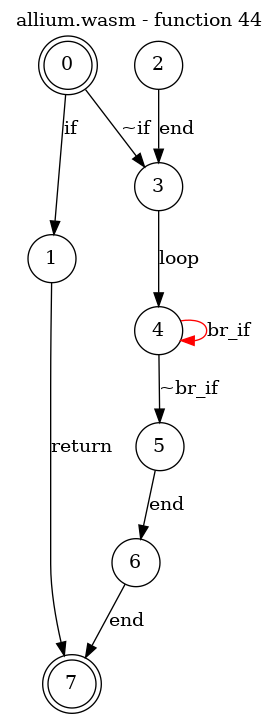
This is test_cases/allium/funcs/allium-func44.png from jsCarleton/wanalyze, a Graphviz export, as it was before one commit. Its source is kept beside it as test_cases/allium/funcs/allium-func44.dot. Source of this version:
```dot
digraph finite_state_machine {
    label = "allium.wasm - function 44"
    labelloc =  t
    labelfontsize = 16
    labelfontcolor = black
    labelfontname = "Helvetica"
    node [shape = doublecircle]; 0 7;
    node [shape = circle];
    0 -> 1[label = "if"];
    0 -> 3[label = "~if"];
    1 -> 7[label = "return"];
    2 -> 3[label = "end"];
    3 -> 4[label = "loop"];
    4 -> 5[label = "~br_if"];
    4 -> 4[color="red" label = "br_if"];
    5 -> 6[label = "end"];
    6 -> 7[label = "end"];
}
```
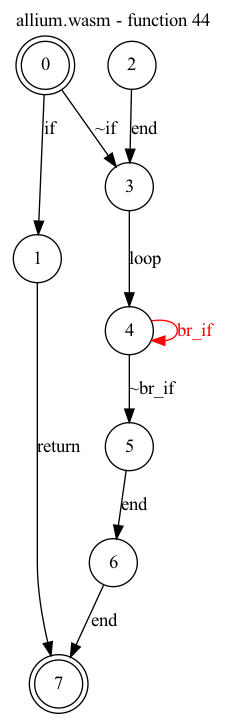
Later version of the same file.

The edit, as a diff of the source:
```diff
@@ -6,13 +6,13 @@
     labelfontname = "Helvetica"
     node [shape = doublecircle]; 0 7;
     node [shape = circle];
-    0 -> 1[label = "if"];
-    0 -> 3[label = "~if"];
-    1 -> 7[label = "return"];
-    2 -> 3[label = "end"];
-    3 -> 4[label = "loop"];
-    4 -> 5[label = "~br_if"];
-    4 -> 4[color="red" label = "br_if"];
-    5 -> 6[label = "end"];
-    6 -> 7[label = "end"];
+    0 -> 1[label="if"];
+    0 -> 3[label="~if"];
+    1 -> 7[label="return"];
+    2 -> 3[label="end"];
+    3 -> 4[label="loop"];
+    4 -> 5[label="~br_if"];
+    4 -> 4[color="red" fontcolor="red" label="br_if"];
+    5 -> 6[label="end"];
+    6 -> 7[label="end"];
 }
```
